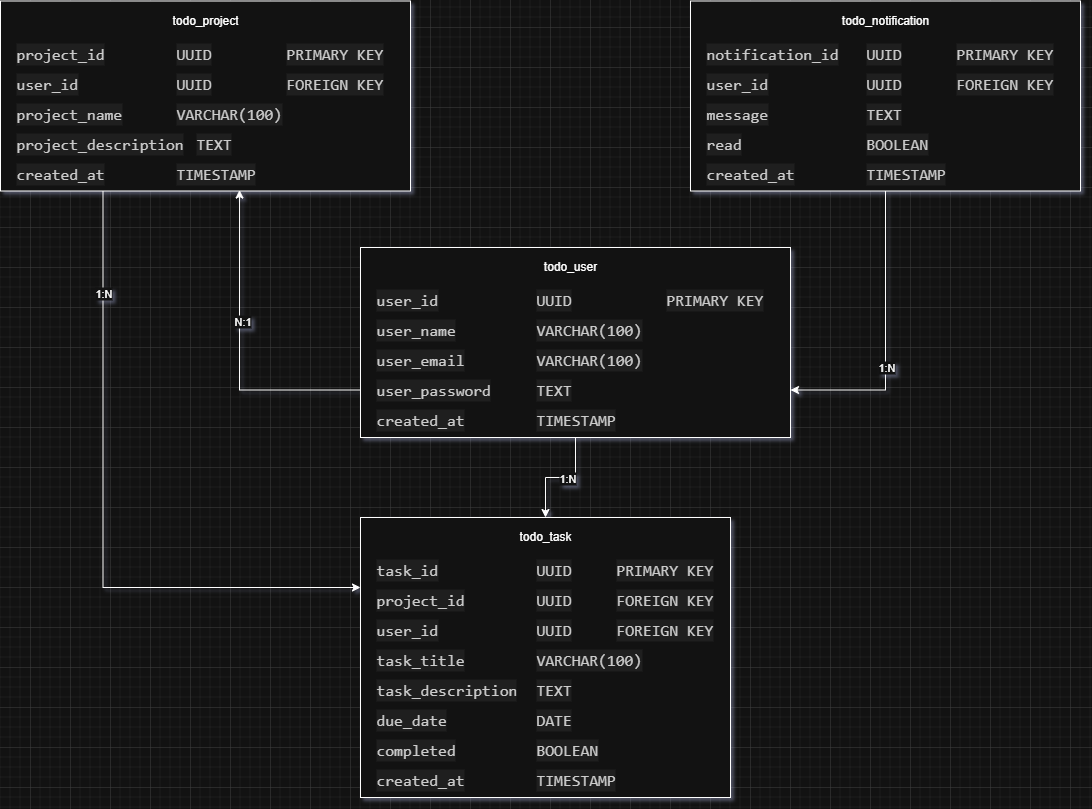
This is schema-database/Image/TodoApp.png from EndToEndLabCR/todoapp-api-python, a draw.io export, as it was before one commit. Source tidied: cells renumbered, new cells last; positions are measured from the earlier drawing's top-left corner, leaving out a move shared by most shapes.
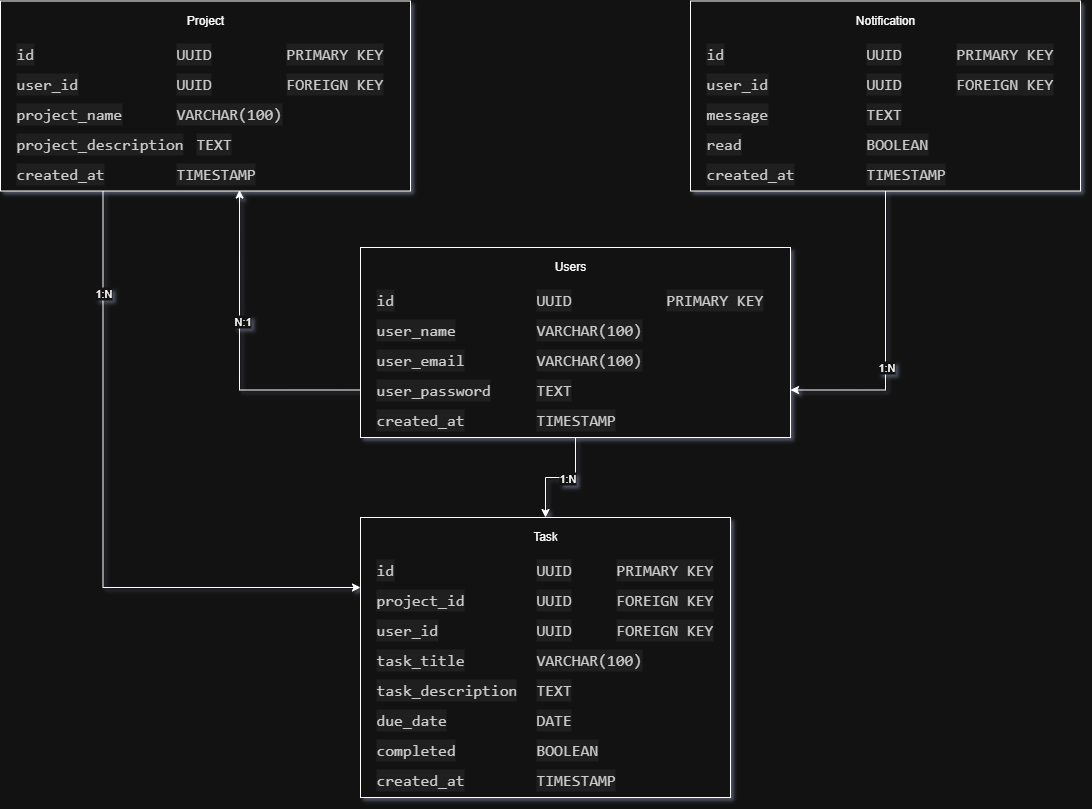
The same file after the commit.

What changed in the source:
```diff
@@ -11,10 +11,10 @@
     <mxCell id="4" style="rounded=0;whiteSpace=wrap;html=1;labelBackgroundColor=default;labelBorderColor=default;textShadow=1;" parent="1" vertex="1">
       <mxGeometry x="360" y="516" width="370" height="280" as="geometry" />
     </mxCell>
-    <mxCell id="5" value="todo_task" style="text;strokeColor=none;fillColor=none;spacingLeft=4;spacingRight=4;overflow=hidden;fontSize=12;whiteSpace=wrap;html=1;align=center;" parent="1" vertex="1">
+    <mxCell id="5" value="Task" style="text;strokeColor=none;fillColor=none;spacingLeft=4;spacingRight=4;overflow=hidden;fontSize=12;whiteSpace=wrap;html=1;align=center;" parent="1" vertex="1">
       <mxGeometry x="450" y="521" width="190" height="30" as="geometry" />
     </mxCell>
-    <mxCell id="6" value="&lt;div style=&quot;color: rgb(204, 204, 204); background-color: rgb(31, 31, 31); font-family: Consolas, &amp;quot;Courier New&amp;quot;, monospace; font-size: 16px; line-height: 22px; white-space: pre;&quot;&gt;task_id&lt;/div&gt;" style="text;strokeColor=none;fillColor=none;spacingLeft=4;spacingRight=4;overflow=hidden;fontSize=12;whiteSpace=wrap;html=1;" parent="1" vertex="1">
+    <mxCell id="6" value="&lt;div style=&quot;color: rgb(204, 204, 204); background-color: rgb(31, 31, 31); font-family: Consolas, &amp;quot;Courier New&amp;quot;, monospace; font-size: 16px; line-height: 22px; white-space: pre;&quot;&gt;id&lt;/div&gt;" style="text;strokeColor=none;fillColor=none;spacingLeft=4;spacingRight=4;overflow=hidden;fontSize=12;whiteSpace=wrap;html=1;" parent="1" vertex="1">
       <mxGeometry x="370" y="551" width="140" height="30" as="geometry" />
     </mxCell>
     <mxCell id="7" value="&lt;div style=&quot;color: rgb(204, 204, 204); background-color: rgb(31, 31, 31); font-family: Consolas, &amp;quot;Courier New&amp;quot;, monospace; font-size: 16px; line-height: 22px; white-space: pre;&quot;&gt;UUID&lt;/div&gt;" style="text;strokeColor=none;fillColor=none;spacingLeft=4;spacingRight=4;overflow=hidden;fontSize=12;whiteSpace=wrap;html=1;" parent="1" vertex="1">
@@ -73,10 +73,10 @@
     <mxCell id="24" style="rounded=0;whiteSpace=wrap;html=1;labelBackgroundColor=default;labelBorderColor=default;textShadow=1;" parent="1" vertex="1">
       <mxGeometry y="-0.5" width="410" height="190" as="geometry" />
     </mxCell>
-    <mxCell id="25" value="todo_project" style="text;strokeColor=none;fillColor=none;spacingLeft=4;spacingRight=4;overflow=hidden;fontSize=12;whiteSpace=wrap;html=1;align=center;" parent="1" vertex="1">
+    <mxCell id="25" value="Project" style="text;strokeColor=none;fillColor=none;spacingLeft=4;spacingRight=4;overflow=hidden;fontSize=12;whiteSpace=wrap;html=1;align=center;" parent="1" vertex="1">
       <mxGeometry x="110" y="4.5" width="190" height="30" as="geometry" />
     </mxCell>
-    <mxCell id="26" value="&lt;div style=&quot;color: rgb(204, 204, 204); background-color: rgb(31, 31, 31); font-family: Consolas, &amp;quot;Courier New&amp;quot;, monospace; font-size: 16px; line-height: 22px; white-space: pre;&quot;&gt;project_id&lt;/div&gt;" style="text;strokeColor=none;fillColor=none;spacingLeft=4;spacingRight=4;overflow=hidden;fontSize=12;whiteSpace=wrap;html=1;" parent="1" vertex="1">
+    <mxCell id="26" value="&lt;div style=&quot;color: rgb(204, 204, 204); background-color: rgb(31, 31, 31); font-family: Consolas, &amp;quot;Courier New&amp;quot;, monospace; font-size: 16px; line-height: 22px; white-space: pre;&quot;&gt;id&lt;/div&gt;" style="text;strokeColor=none;fillColor=none;spacingLeft=4;spacingRight=4;overflow=hidden;fontSize=12;whiteSpace=wrap;html=1;" parent="1" vertex="1">
       <mxGeometry x="10" y="34.5" width="140" height="30" as="geometry" />
     </mxCell>
     <mxCell id="27" value="&lt;div style=&quot;color: rgb(204, 204, 204); background-color: rgb(31, 31, 31); font-family: Consolas, &amp;quot;Courier New&amp;quot;, monospace; font-size: 16px; line-height: 22px; white-space: pre;&quot;&gt;UUID&lt;/div&gt;" style="text;strokeColor=none;fillColor=none;spacingLeft=4;spacingRight=4;overflow=hidden;fontSize=12;whiteSpace=wrap;html=1;" parent="1" vertex="1">
@@ -117,10 +117,10 @@
     <mxCell id="38" style="rounded=0;whiteSpace=wrap;html=1;labelBackgroundColor=default;labelBorderColor=default;textShadow=1;" parent="1" vertex="1">
       <mxGeometry x="690" y="-0.5" width="390" height="190" as="geometry" />
     </mxCell>
-    <mxCell id="39" value="todo_notification" style="text;strokeColor=none;fillColor=none;spacingLeft=4;spacingRight=4;overflow=hidden;fontSize=12;whiteSpace=wrap;html=1;align=center;" parent="1" vertex="1">
+    <mxCell id="39" value="Notification" style="text;strokeColor=none;fillColor=none;spacingLeft=4;spacingRight=4;overflow=hidden;fontSize=12;whiteSpace=wrap;html=1;align=center;" parent="1" vertex="1">
       <mxGeometry x="790" y="4.5" width="190" height="30" as="geometry" />
     </mxCell>
-    <mxCell id="40" value="&lt;div style=&quot;color: rgb(204, 204, 204); background-color: rgb(31, 31, 31); font-family: Consolas, &amp;quot;Courier New&amp;quot;, monospace; font-size: 16px; line-height: 22px; white-space: pre;&quot;&gt;notification_id&lt;/div&gt;" style="text;strokeColor=none;fillColor=none;spacingLeft=4;spacingRight=4;overflow=hidden;fontSize=12;whiteSpace=wrap;html=1;" parent="1" vertex="1">
+    <mxCell id="40" value="&lt;div style=&quot;color: rgb(204, 204, 204); background-color: rgb(31, 31, 31); font-family: Consolas, &amp;quot;Courier New&amp;quot;, monospace; font-size: 16px; line-height: 22px; white-space: pre;&quot;&gt;id&lt;/div&gt;" style="text;strokeColor=none;fillColor=none;spacingLeft=4;spacingRight=4;overflow=hidden;fontSize=12;whiteSpace=wrap;html=1;" parent="1" vertex="1">
       <mxGeometry x="700" y="34.5" width="160" height="30" as="geometry" />
     </mxCell>
     <mxCell id="41" value="&lt;div style=&quot;color: rgb(204, 204, 204); background-color: rgb(31, 31, 31); font-family: Consolas, &amp;quot;Courier New&amp;quot;, monospace; font-size: 16px; line-height: 22px; white-space: pre;&quot;&gt;UUID&lt;/div&gt;" style="text;strokeColor=none;fillColor=none;spacingLeft=4;spacingRight=4;overflow=hidden;fontSize=12;whiteSpace=wrap;html=1;" parent="1" vertex="1">
@@ -159,10 +159,10 @@
     <mxCell id="52" style="rounded=0;whiteSpace=wrap;html=1;labelBackgroundColor=default;labelBorderColor=default;" parent="1" vertex="1">
       <mxGeometry x="360" y="246" width="430" height="190" as="geometry" />
     </mxCell>
-    <mxCell id="53" value="todo_user" style="text;strokeColor=none;fillColor=none;spacingLeft=4;spacingRight=4;overflow=hidden;fontSize=12;whiteSpace=wrap;html=1;align=center;" parent="1" vertex="1">
+    <mxCell id="53" value="Users" style="text;strokeColor=none;fillColor=none;spacingLeft=4;spacingRight=4;overflow=hidden;fontSize=12;whiteSpace=wrap;html=1;align=center;" parent="1" vertex="1">
       <mxGeometry x="475" y="251" width="190" height="30" as="geometry" />
     </mxCell>
-    <mxCell id="54" value="&lt;div style=&quot;color: rgb(204, 204, 204); background-color: rgb(31, 31, 31); font-family: Consolas, &amp;quot;Courier New&amp;quot;, monospace; font-size: 16px; line-height: 22px; white-space: pre;&quot;&gt;user_id&lt;/div&gt;" style="text;strokeColor=none;fillColor=none;spacingLeft=4;spacingRight=4;overflow=hidden;fontSize=12;whiteSpace=wrap;html=1;" parent="1" vertex="1">
+    <mxCell id="54" value="&lt;div style=&quot;color: rgb(204, 204, 204); background-color: rgb(31, 31, 31); font-family: Consolas, &amp;quot;Courier New&amp;quot;, monospace; font-size: 16px; line-height: 22px; white-space: pre;&quot;&gt;id&lt;/div&gt;" style="text;strokeColor=none;fillColor=none;spacingLeft=4;spacingRight=4;overflow=hidden;fontSize=12;whiteSpace=wrap;html=1;" parent="1" vertex="1">
       <mxGeometry x="370" y="281" width="140" height="30" as="geometry" />
     </mxCell>
     <mxCell id="55" value="&lt;div style=&quot;color: rgb(204, 204, 204); background-color: rgb(31, 31, 31); font-family: Consolas, &amp;quot;Courier New&amp;quot;, monospace; font-size: 16px; line-height: 22px; white-space: pre;&quot;&gt;UUID&lt;/div&gt;" style="text;strokeColor=none;fillColor=none;spacingLeft=4;spacingRight=4;overflow=hidden;fontSize=12;whiteSpace=wrap;html=1;" parent="1" vertex="1">
```
